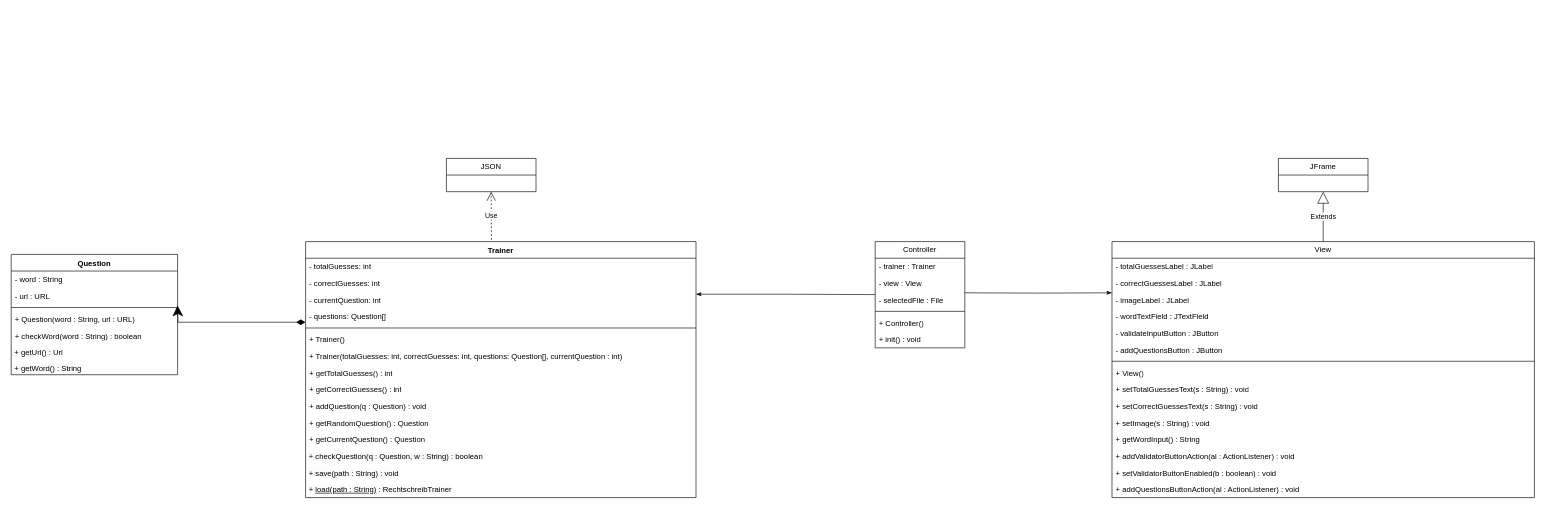
Before: Worttrainer.drawio in TGM-HIT/sew9-2425-worttrainer-ahujaankush, a draw.io diagram. Source tidied: cells renumbered, new cells numbered last; positions are measured from the earlier drawing's top-left corner, leaving out a move shared by most shapes. Both pictures are drawn from the tidied source at 64%, with x=0, y=0 at pixel (11, 158).
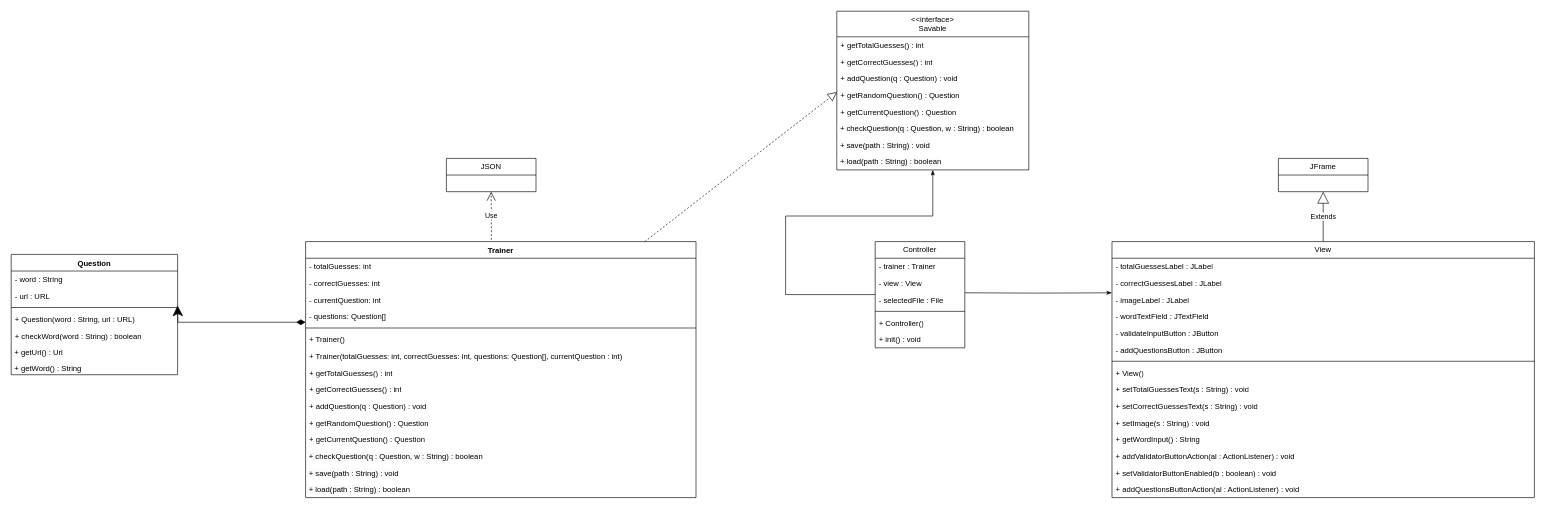
Above is the later version.

Unchanged cells that the change refers to:
```xml
<mxCell id="10" value="Trainer" style="swimlane;fontStyle=1;align=center;verticalAlign=top;horizontal=1;startSize=26;whiteSpace=wrap;html=1;" parent="1" vertex="1">
  <mxGeometry x="460" y="130" width="610" height="400" as="geometry" />
</mxCell>
```

Change to the diagram source:
```diff
@@
+    <mxCell id="56" style="endArrow=block;dashed=1;endFill=0;endSize=12;html=1;rounded=0;entryX=0.001;entryY=0.321;entryDx=0;entryDy=0;entryPerimeter=0;" parent="10" edge="1" target="61">
+      <mxGeometry relative="1" as="geometry">
+        <mxPoint x="530" as="sourcePoint" />
+      </mxGeometry>
+    </mxCell>
@@
-    <mxCell id="25" value="&lt;span style=&quot;color: rgb(0, 0, 0); font-family: Helvetica; font-size: 12px; font-style: normal; font-variant-ligatures: normal; font-variant-caps: normal; font-weight: 400; letter-spacing: normal; orphans: 2; text-align: left; text-indent: 0px; text-transform: none; widows: 2; word-spacing: 0px; -webkit-text-stroke-width: 0px; white-space: normal; background-color: rgb(251, 251, 251); text-decoration-thickness: initial; text-decoration-style: initial; text-decoration-color: initial; display: inline !important; float: none;&quot;&gt;&amp;nbsp;+ &lt;u&gt;load(path : String)&lt;/u&gt; : RechtschreibTrainer&lt;/span&gt;" style="text;whiteSpace=wrap;html=1;" parent="10" vertex="1">
+    <mxCell id="25" value="&lt;span style=&quot;color: rgb(0, 0, 0); font-family: Helvetica; font-size: 12px; font-style: normal; font-variant-ligatures: normal; font-variant-caps: normal; font-weight: 400; letter-spacing: normal; orphans: 2; text-align: left; text-indent: 0px; text-transform: none; widows: 2; word-spacing: 0px; -webkit-text-stroke-width: 0px; white-space: normal; background-color: rgb(251, 251, 251); text-decoration-thickness: initial; text-decoration-style: initial; text-decoration-color: initial; display: inline !important; float: none;&quot;&gt;&amp;nbsp;+ load(path : String) :&amp;nbsp;&lt;/span&gt;boolean" style="text;whiteSpace=wrap;html=1;" parent="10" vertex="1">
       <mxGeometry y="374" width="610" height="26" as="geometry" />
     </mxCell>
@@
-    <mxCell id="55" style="endArrow=none;html=1;edgeStyle=orthogonalEdgeStyle;rounded=0;entryX=0;entryY=0.077;entryDx=0;entryDy=0;entryPerimeter=0;startArrow=classicThin;startFill=1;endFill=0;exitX=1;exitY=0.057;exitDx=0;exitDy=0;exitPerimeter=0;" parent="1" edge="1">
+    <mxCell id="55" style="endArrow=none;html=1;edgeStyle=orthogonalEdgeStyle;rounded=0;entryX=0;entryY=0.077;entryDx=0;entryDy=0;entryPerimeter=0;startArrow=classicThin;startFill=1;endFill=0;" parent="1" edge="1" source="65">
       <mxGeometry relative="1" as="geometry">
-        <mxPoint x="1070" y="212.2" as="sourcePoint" />
         <mxPoint x="1350" y="212.8" as="targetPoint" />
         <Array as="points">
-          <mxPoint x="1210" y="212" />
-          <mxPoint x="1350" y="213" />
+          <mxPoint x="1440" y="90" />
+          <mxPoint x="1210" y="90" />
+          <mxPoint x="1210" y="213" />
         </Array>
       </mxGeometry>
     </mxCell>
+    <mxCell id="57" value="&lt;div&gt;&amp;lt;&amp;lt;interface&amp;gt;&lt;/div&gt;Savable" style="swimlane;fontStyle=0;horizontal=1;startSize=40;fillColor=none;whiteSpace=wrap;html=1;" parent="1" vertex="1">
+      <mxGeometry x="1290" y="-230" width="300" height="248" as="geometry" />
+    </mxCell>
+    <mxCell id="58" value="+ getTotalGuesses() : int" style="text;strokeColor=none;fillColor=none;align=left;verticalAlign=top;spacingLeft=4;spacingRight=4;overflow=hidden;whiteSpace=wrap;html=1;" parent="57" vertex="1">
+      <mxGeometry y="40" width="300" height="26" as="geometry" />
+    </mxCell>
+    <mxCell id="59" value="+ getCorrectGuesses() : int" style="text;strokeColor=none;fillColor=none;align=left;verticalAlign=top;spacingLeft=4;spacingRight=4;overflow=hidden;whiteSpace=wrap;html=1;" parent="57" vertex="1">
+      <mxGeometry y="66" width="300" height="26" as="geometry" />
+    </mxCell>
+    <mxCell id="60" value="+ addQuestion(q : Question) : void" style="text;strokeColor=none;fillColor=none;align=left;verticalAlign=top;spacingLeft=4;spacingRight=4;overflow=hidden;whiteSpace=wrap;html=1;" parent="57" vertex="1">
+      <mxGeometry y="92" width="300" height="26" as="geometry" />
+    </mxCell>
+    <mxCell id="61" value="+ getRandomQuestion() : Question" style="text;strokeColor=none;fillColor=none;align=left;verticalAlign=top;spacingLeft=4;spacingRight=4;overflow=hidden;points=[[0,0.5],[1,0.5]];portConstraint=eastwest;whiteSpace=wrap;html=1;" parent="57" vertex="1">
+      <mxGeometry y="118" width="300" height="26" as="geometry" />
+    </mxCell>
+    <mxCell id="62" value="+ getCurrentQuestion() : Question" style="text;strokeColor=none;fillColor=none;align=left;verticalAlign=top;spacingLeft=4;spacingRight=4;overflow=hidden;whiteSpace=wrap;html=1;" parent="57" vertex="1">
+      <mxGeometry y="144" width="300" height="26" as="geometry" />
+    </mxCell>
+    <mxCell id="63" value="&lt;span style=&quot;color: rgb(0, 0, 0); font-family: Helvetica; font-size: 12px; font-style: normal; font-variant-ligatures: normal; font-variant-caps: normal; font-weight: 400; letter-spacing: normal; orphans: 2; text-align: left; text-indent: 0px; text-transform: none; widows: 2; word-spacing: 0px; -webkit-text-stroke-width: 0px; white-space: normal; background-color: rgb(251, 251, 251); text-decoration-thickness: initial; text-decoration-style: initial; text-decoration-color: initial; display: inline !important; float: none;&quot;&gt;&amp;nbsp;+ checkQuestion(q : Question, w : String) : boolean&lt;/span&gt;" style="text;whiteSpace=wrap;html=1;" parent="57" vertex="1">
+      <mxGeometry y="170" width="300" height="26" as="geometry" />
+    </mxCell>
+    <mxCell id="64" value="&lt;span style=&quot;color: rgb(0, 0, 0); font-family: Helvetica; font-size: 12px; font-style: normal; font-variant-ligatures: normal; font-variant-caps: normal; font-weight: 400; letter-spacing: normal; orphans: 2; text-align: left; text-indent: 0px; text-transform: none; widows: 2; word-spacing: 0px; -webkit-text-stroke-width: 0px; white-space: normal; background-color: rgb(251, 251, 251); text-decoration-thickness: initial; text-decoration-style: initial; text-decoration-color: initial; display: inline !important; float: none;&quot;&gt;&amp;nbsp;+ save(path : String) : void&lt;/span&gt;" style="text;whiteSpace=wrap;html=1;" parent="57" vertex="1">
+      <mxGeometry y="196" width="300" height="26" as="geometry" />
+    </mxCell>
+    <mxCell id="65" value="&lt;span style=&quot;color: rgb(0, 0, 0); font-family: Helvetica; font-size: 12px; font-style: normal; font-variant-ligatures: normal; font-variant-caps: normal; font-weight: 400; letter-spacing: normal; orphans: 2; text-align: left; text-indent: 0px; text-transform: none; widows: 2; word-spacing: 0px; -webkit-text-stroke-width: 0px; white-space: normal; background-color: rgb(251, 251, 251); text-decoration-thickness: initial; text-decoration-style: initial; text-decoration-color: initial; display: inline !important; float: none;&quot;&gt;&amp;nbsp;+ load(path : String) : boolean&lt;/span&gt;" style="text;whiteSpace=wrap;html=1;" parent="57" vertex="1">
+      <mxGeometry y="222" width="300" height="26" as="geometry" />
+    </mxCell>
```
